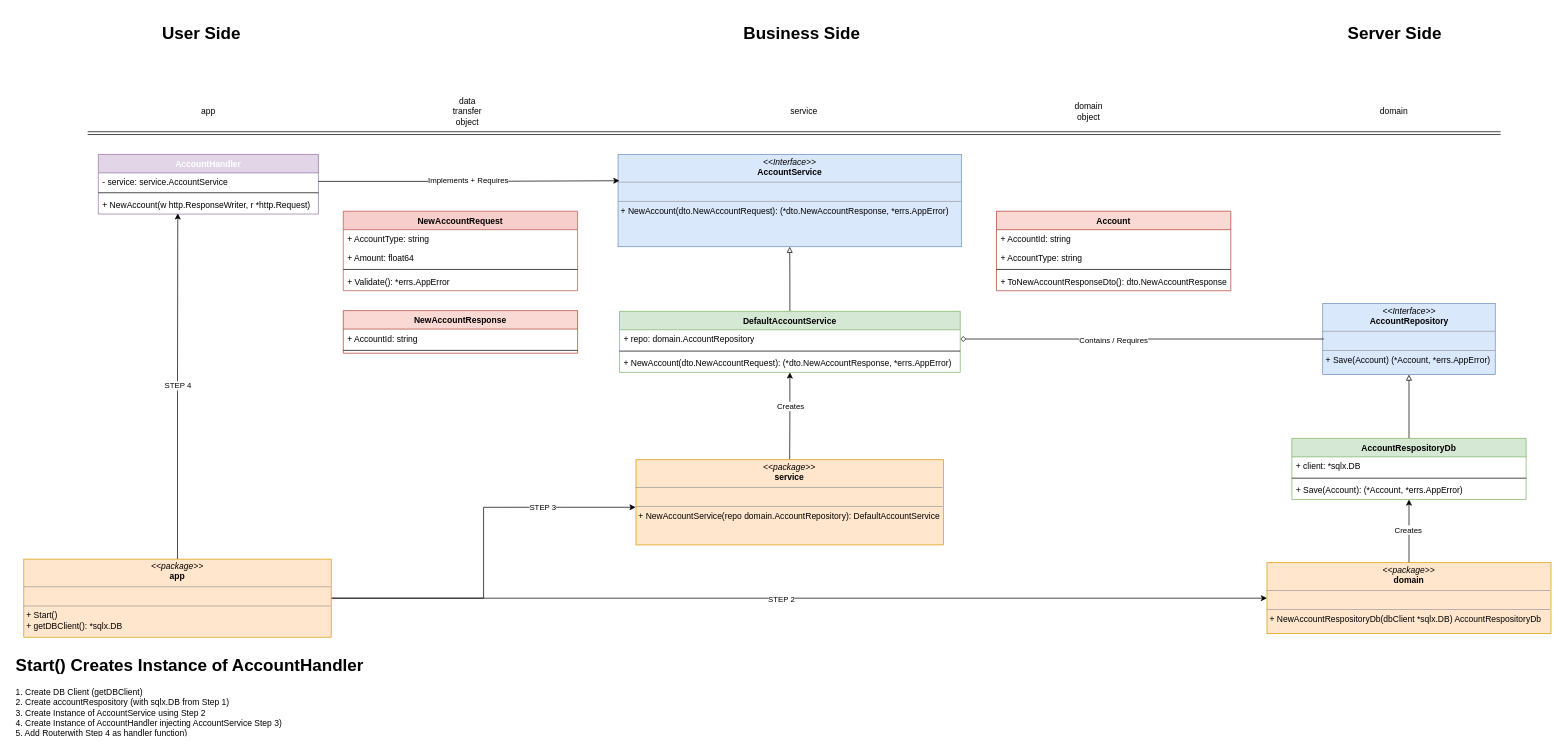
This is resources/ref_info/HexagonalArchitecture.drawio from jceatwell/bankHexArch, a draw.io file, before an edit. Source tidied: cells renumbered, new cells numbered last; positions are measured from the earlier drawing's top-left corner, leaving out a move shared by most shapes. Both pictures are drawn from the tidied source at 71%, with x=0, y=0 at pixel (12, 19).
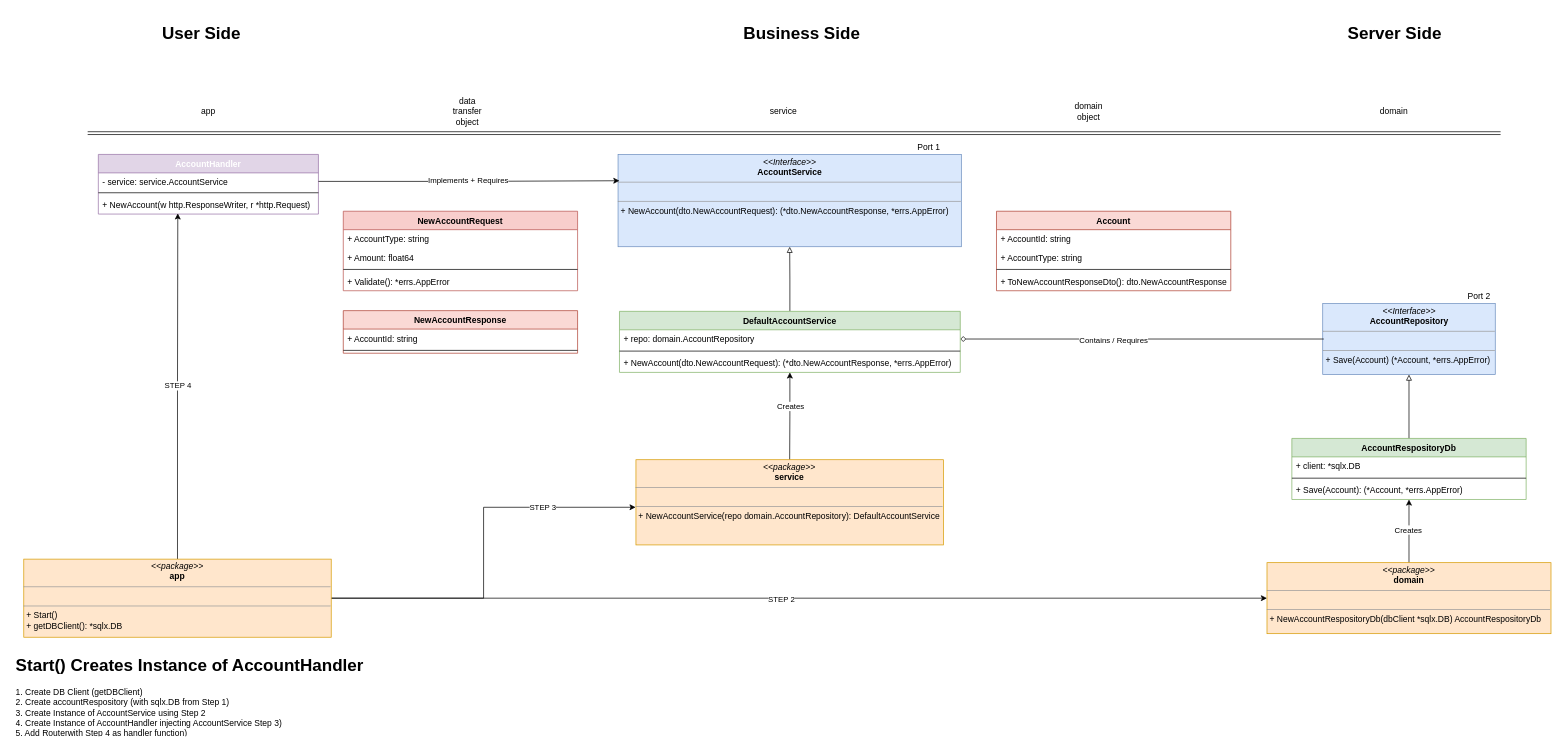
The same diagram, later.

What changed in the source:
```diff
@@
     <mxCell id="2" value="service" style="text;html=1;strokeColor=none;fillColor=none;align=center;verticalAlign=middle;whiteSpace=wrap;rounded=0;" parent="1" vertex="1">
-      <mxGeometry x="1095" y="120" width="40" height="20" as="geometry" />
+      <mxGeometry x="1066" y="120" width="40" height="20" as="geometry" />
     </mxCell>
@@
+    <mxCell id="57" value="Port 1" style="text;html=1;strokeColor=none;fillColor=none;align=center;verticalAlign=middle;whiteSpace=wrap;rounded=0;" parent="1" vertex="1">
+      <mxGeometry x="1271" y="170" width="40" height="20" as="geometry" />
+    </mxCell>
+    <mxCell id="58" value="Port 2" style="text;html=1;strokeColor=none;fillColor=none;align=center;verticalAlign=middle;whiteSpace=wrap;rounded=0;" parent="1" vertex="1">
+      <mxGeometry x="2046" y="380" width="40" height="20" as="geometry" />
+    </mxCell>
```
